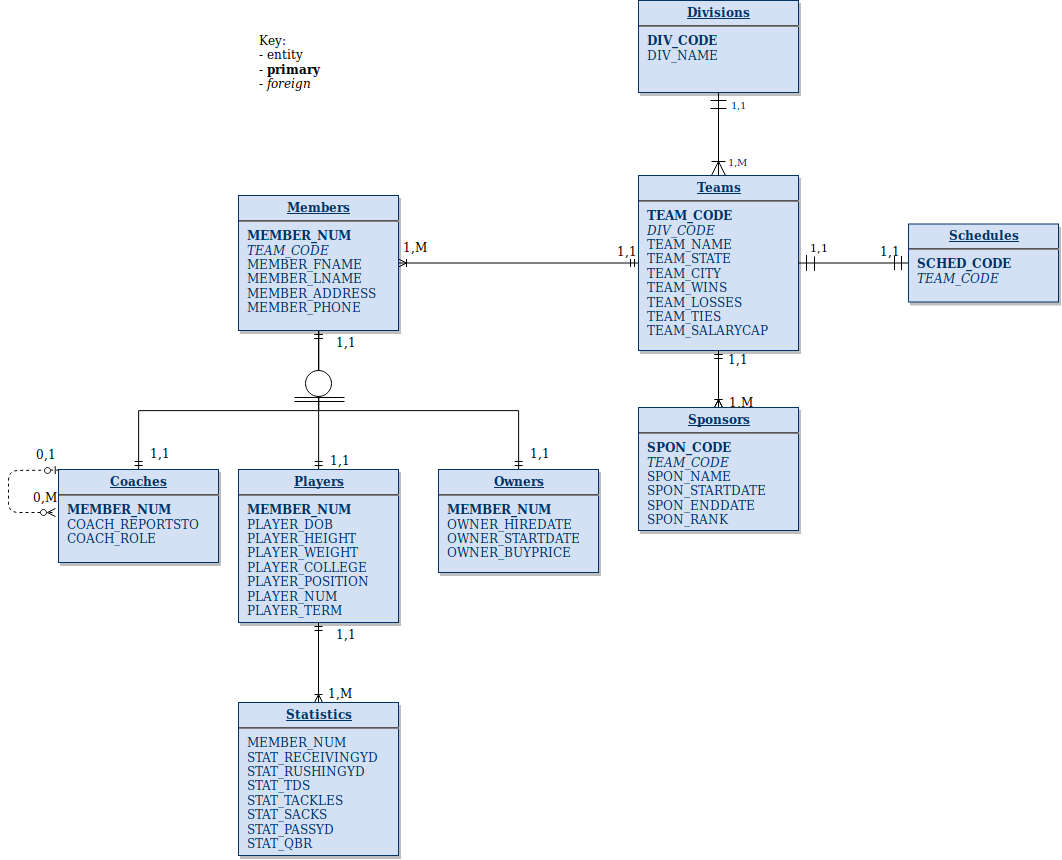
Above: football_db.png in molker/CSC3210-GroupProject (draw.io), before the change. Source tidied: cells renumbered, new cells last; positions are measured from the earlier drawing's top-left corner, leaving out a move shared by most shapes.
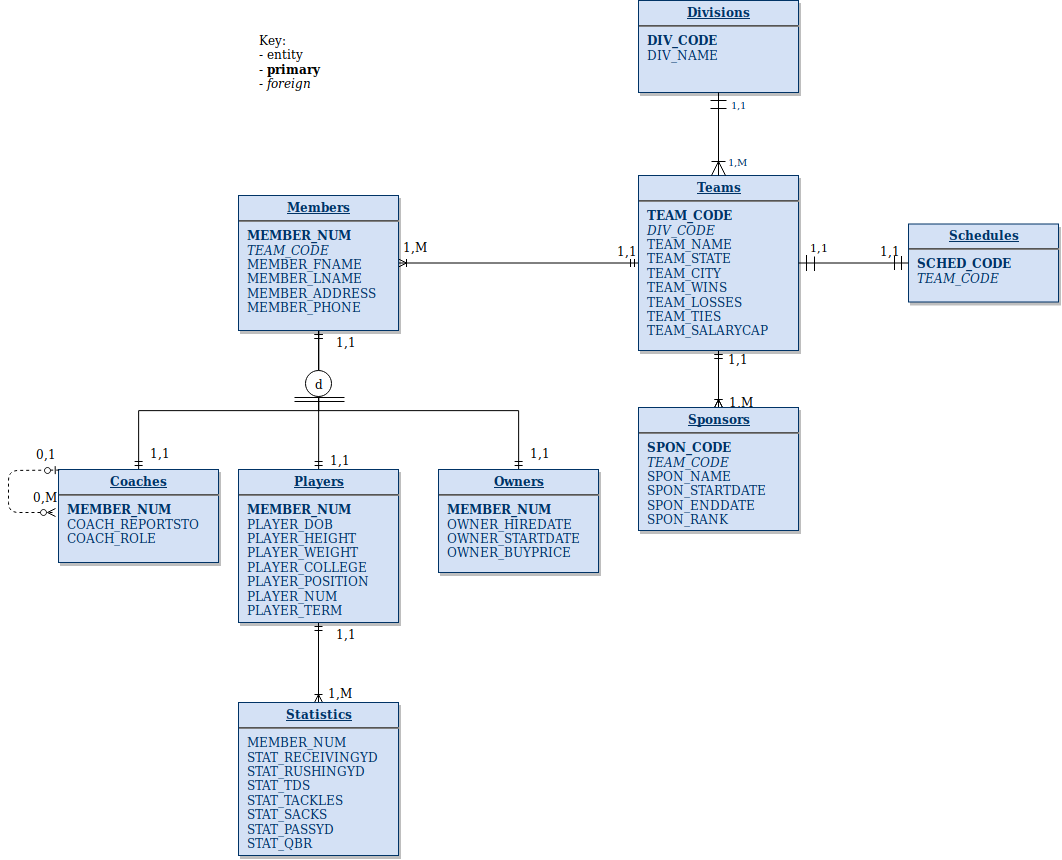
Above is the later version.

Commit message:
Made Subtypes Disjoint

What changed in the source:
```diff
@@ -148,7 +148,7 @@
         <mxPoint x="18" y="1" as="offset" />
       </mxGeometry>
     </mxCell>
-    <mxCell id="36" style="ellipse;whiteSpace=wrap;html=1;" parent="1" vertex="1">
+    <mxCell id="36" value="d" style="ellipse;whiteSpace=wrap;html=1;" parent="1" vertex="1">
       <mxGeometry x="297" y="370" width="26" height="26" as="geometry" />
     </mxCell>
     <mxCell id="37" style="shape=link;html=1;shadow=0;startArrow=ERmandOne;startFill=0;endArrow=ERmandOne;endFill=0;" parent="1" edge="1">
```
